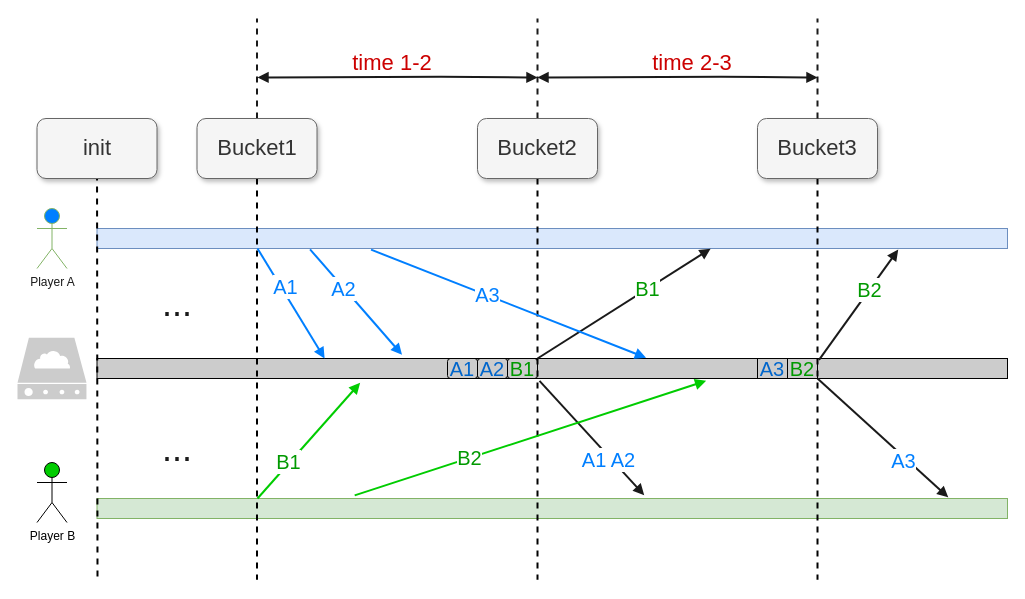
Before: page "Bucket LockStep" (4 of 6) of booming/Booming 104ppt-17.drawio in yrdimple/flowChart, a draw.io diagram. Source tidied: cells renumbered, new cells numbered last; positions are measured from the earlier drawing's top-left corner, leaving out a move shared by most shapes. Both pictures are drawn from the tidied source at 100%, with x=0, y=0 at pixel (17, 18).
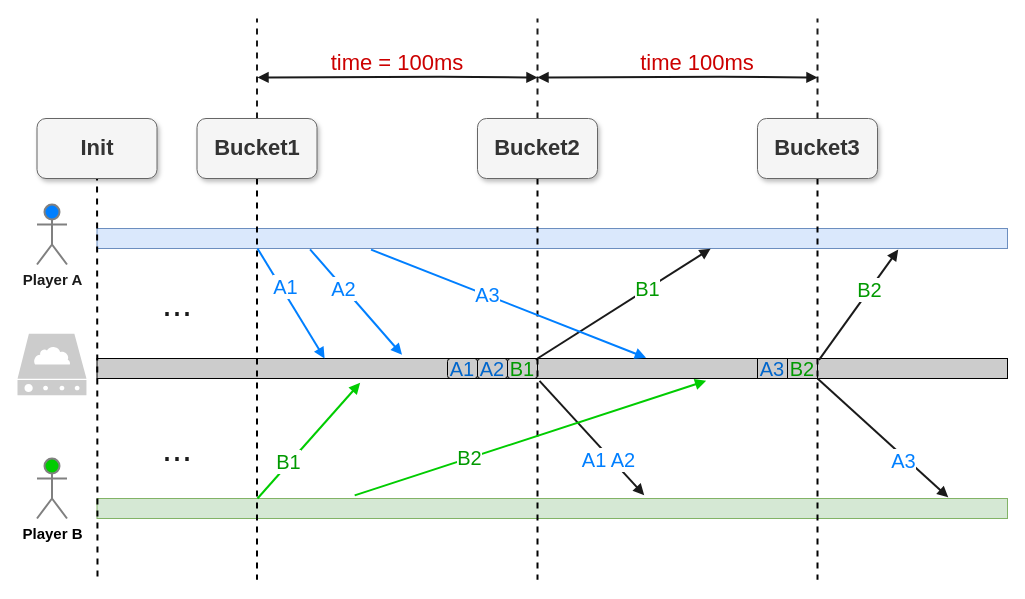
After the change.

Diff of the diagram source:
```diff
@@
-    <mxCell id="6" value="&lt;font color=&quot;#1a1a1a&quot;&gt;Player A&lt;/font&gt;" style="shape=umlActor;verticalLabelPosition=bottom;verticalAlign=top;html=1;fillColor=#007FFF;strokeColor=#82b366;" parent="1" vertex="1">
-      <mxGeometry x="19.5" y="190" width="30" height="60" as="geometry" />
-    </mxCell>
-    <mxCell id="7" value="Player B" style="shape=umlActor;verticalLabelPosition=bottom;verticalAlign=top;html=1;fillColor=#00CC00;" parent="1" vertex="1">
-      <mxGeometry x="19.5" y="444" width="30" height="60" as="geometry" />
-    </mxCell>
-    <mxCell id="8" style="sketch=0;html=1;strokeColor=none;shadow=0;align=center;verticalAlign=top;fillColor=#CCCCCC;shape=mxgraph.gcp2.cloud_server;" parent="1" vertex="1">
-      <mxGeometry y="319.3" width="69" height="61.4" as="geometry" />
-    </mxCell>
@@
-    <mxCell id="11" value="Bucket1" style="rounded=1;whiteSpace=wrap;html=1;fontSize=22;fillColor=#f5f5f5;strokeColor=#666666;fontColor=#333333;shadow=1;" parent="1" vertex="1">
+    <mxCell id="11" value="Bucket1" style="rounded=1;whiteSpace=wrap;html=1;fontSize=22;fillColor=#f5f5f5;strokeColor=#666666;fontColor=#333333;shadow=1;fontStyle=1;" parent="1" vertex="1">
       <mxGeometry x="179.5" y="100" width="120" height="60" as="geometry" />
     </mxCell>
@@
-    <mxCell id="22" value="init" style="rounded=1;whiteSpace=wrap;html=1;fontSize=22;fillColor=#f5f5f5;strokeColor=#666666;fontColor=#333333;shadow=1;" parent="1" vertex="1">
+    <mxCell id="22" value="Init" style="rounded=1;whiteSpace=wrap;html=1;fontSize=22;fillColor=#f5f5f5;strokeColor=#666666;fontColor=#333333;shadow=1;fontStyle=1;" parent="1" vertex="1">
       <mxGeometry x="19.5" y="100" width="120" height="60" as="geometry" />
     </mxCell>
-    <mxCell id="23" value="time 1-2" style="text;html=1;strokeColor=none;fillColor=none;align=center;verticalAlign=middle;whiteSpace=wrap;rounded=0;fontSize=22;fontColor=#CC0000;" parent="1" vertex="1">
-      <mxGeometry x="330" y="30" width="90" height="30" as="geometry" />
+    <mxCell id="23" value="time = 100ms" style="text;html=1;strokeColor=none;fillColor=none;align=center;verticalAlign=middle;whiteSpace=wrap;rounded=0;fontSize=22;fontColor=#CC0000;" parent="1" vertex="1">
+      <mxGeometry x="300" y="30" width="160" height="30" as="geometry" />
     </mxCell>
-    <mxCell id="24" value="time 2-3" style="text;html=1;strokeColor=none;fillColor=none;align=center;verticalAlign=middle;whiteSpace=wrap;rounded=0;fontSize=22;fontColor=#CC0000;" parent="1" vertex="1">
-      <mxGeometry x="630" y="30" width="90" height="30" as="geometry" />
+    <mxCell id="24" value="time 100ms" style="text;html=1;strokeColor=none;fillColor=none;align=center;verticalAlign=middle;whiteSpace=wrap;rounded=0;fontSize=22;fontColor=#CC0000;" parent="1" vertex="1">
+      <mxGeometry x="610" y="30" width="140" height="30" as="geometry" />
     </mxCell>
-    <mxCell id="25" value="Bucket2" style="rounded=1;whiteSpace=wrap;html=1;fontSize=22;fillColor=#f5f5f5;strokeColor=#666666;fontColor=#333333;shadow=1;" parent="1" vertex="1">
+    <mxCell id="25" value="Bucket2" style="rounded=1;whiteSpace=wrap;html=1;fontSize=22;fillColor=#f5f5f5;strokeColor=#666666;fontColor=#333333;shadow=1;fontStyle=1;" parent="1" vertex="1">
       <mxGeometry x="460" y="100" width="120" height="60" as="geometry" />
     </mxCell>
@@
-    <mxCell id="46" value="Bucket3" style="rounded=1;whiteSpace=wrap;html=1;fontSize=22;fillColor=#f5f5f5;strokeColor=#666666;fontColor=#333333;shadow=1;" parent="1" vertex="1">
+    <mxCell id="46" value="Bucket3" style="rounded=1;whiteSpace=wrap;html=1;fontSize=22;fillColor=#f5f5f5;strokeColor=#666666;fontColor=#333333;shadow=1;fontStyle=1;" parent="1" vertex="1">
       <mxGeometry x="740" y="100" width="120" height="60" as="geometry" />
     </mxCell>
@@
+    <mxCell id="6" value="&lt;font color=&quot;#1a1a1a&quot; style=&quot;font-size: 15px;&quot;&gt;&lt;span style=&quot;font-size: 15px;&quot;&gt;Player A&lt;/span&gt;&lt;/font&gt;" style="shape=umlActor;verticalLabelPosition=bottom;verticalAlign=top;html=1;fillColor=#007FFF;strokeColor=#808080;fontStyle=1;gradientColor=none;strokeWidth=2;fontSize=15;" parent="1" vertex="1">
+      <mxGeometry x="19.5" y="186" width="30" height="60" as="geometry" />
+    </mxCell>
+    <mxCell id="7" value="&lt;b style=&quot;font-size: 15px;&quot;&gt;Player B&lt;/b&gt;" style="shape=umlActor;verticalLabelPosition=bottom;verticalAlign=top;html=1;fillColor=#00CC00;strokeWidth=2;strokeColor=#808080;fontSize=15;" parent="1" vertex="1">
+      <mxGeometry x="19.5" y="440" width="30" height="60" as="geometry" />
+    </mxCell>
+    <mxCell id="49" style="sketch=0;html=1;strokeColor=none;shadow=0;align=center;verticalAlign=top;fillColor=#CCCCCC;shape=mxgraph.gcp2.cloud_server;fontSize=15;" parent="1" vertex="1">
+      <mxGeometry y="315.3" width="69" height="61.4" as="geometry" />
+    </mxCell>
```
